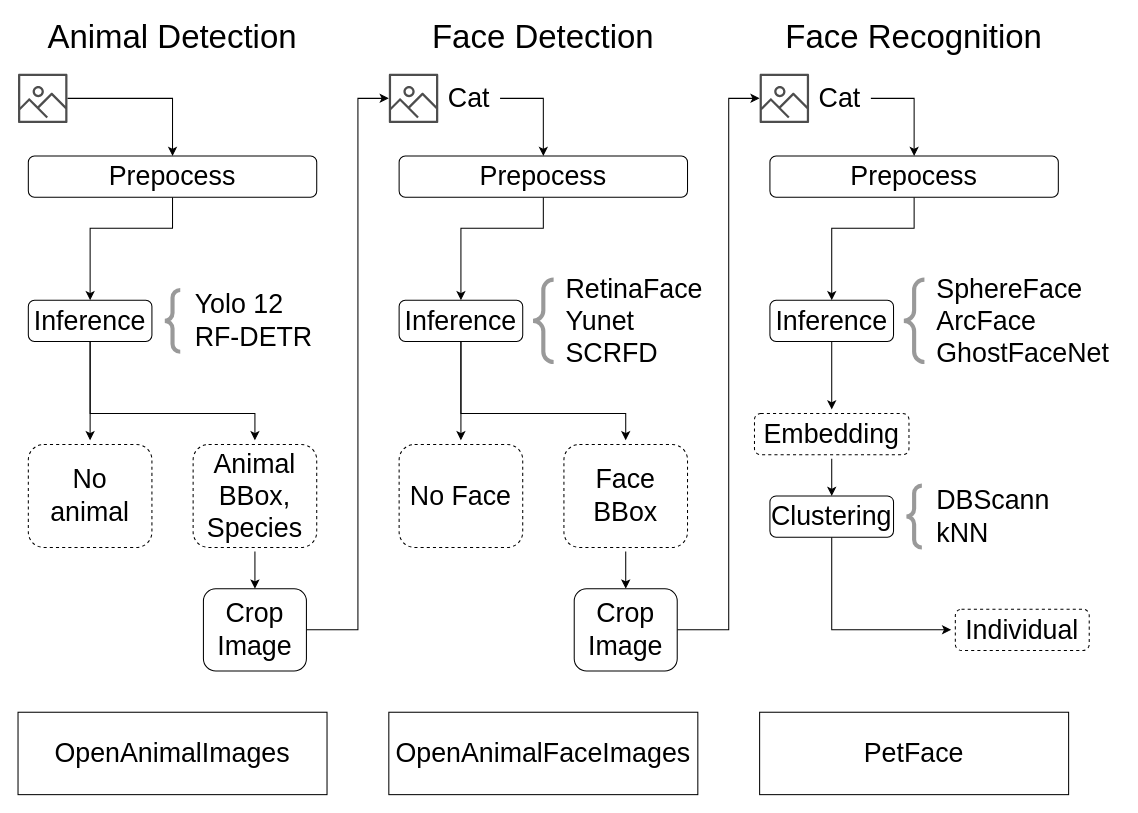
This is docs/system_flow.drawio from Jan108/AFaRec, a draw.io file, before an edit. Source tidied: cells renumbered, new cells numbered last; positions are measured from the earlier drawing's top-left corner, leaving out a move shared by most shapes. Both pictures are drawn from the tidied source at 103%, with x=0, y=0 at pixel (18, 22).
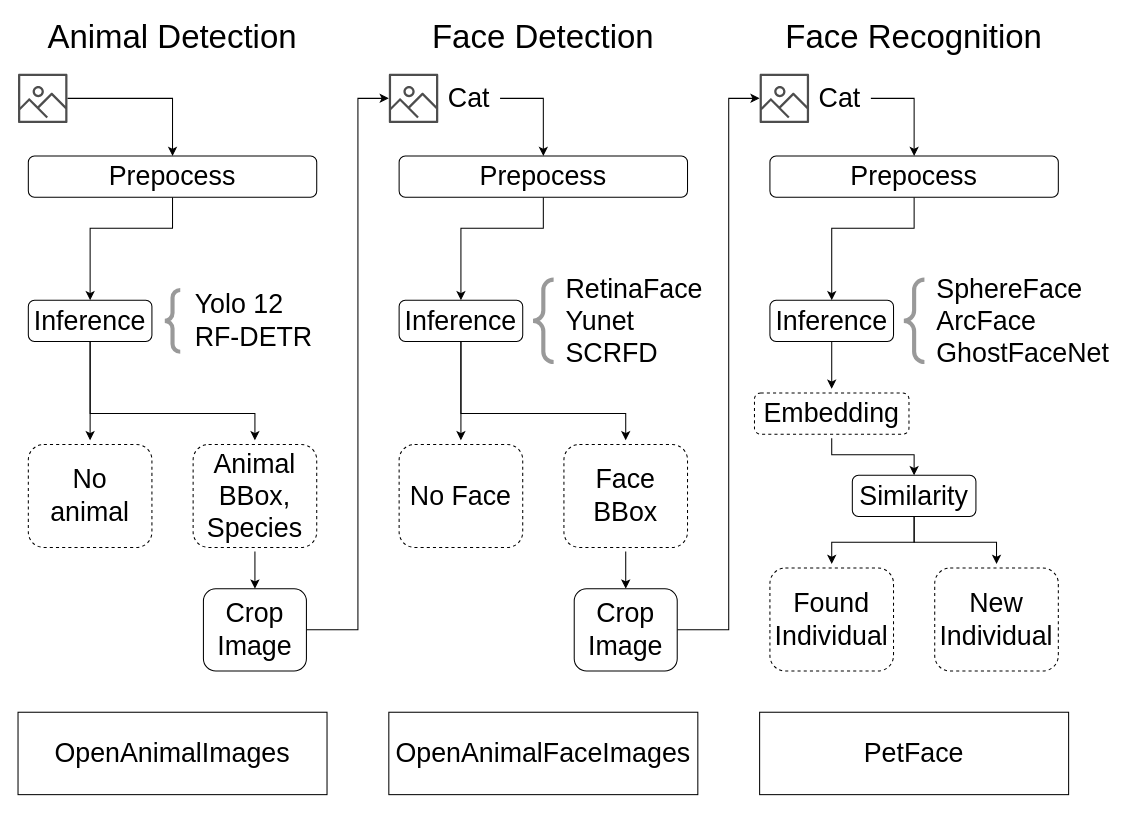
The same page after the edit.

What changed in the source:
```diff
@@
     <mxCell id="42" value="Embedding" style="rounded=1;whiteSpace=wrap;html=1;dashed=1;perimeterSpacing=4;fontSize=26;" parent="1" vertex="1">
-      <mxGeometry x="715" y="380" width="150" height="40" as="geometry" />
+      <mxGeometry x="715" y="360" width="150" height="40" as="geometry" />
     </mxCell>
-    <mxCell id="43" style="edgeStyle=orthogonalEdgeStyle;rounded=0;jettySize=auto;html=1;fontSize=26;" parent="1" edge="1" source="44" target="47">
-      <mxGeometry relative="1" as="geometry">
-        <Array as="points">
-          <mxPoint x="790" y="590" />
-        </Array>
-      </mxGeometry>
+    <mxCell id="43" style="edgeStyle=orthogonalEdgeStyle;rounded=0;jettySize=auto;html=1;fontSize=26;" parent="1" edge="1" source="44" target="54">
+      <mxGeometry relative="1" as="geometry" />
     </mxCell>
+    <mxCell id="53" style="edgeStyle=orthogonalEdgeStyle;rounded=0;jettySize=auto;html=1;" parent="1" edge="1" source="44" target="55">
+      <mxGeometry relative="1" as="geometry" />
+    </mxCell>
-    <mxCell id="44" value="Clustering" style="rounded=1;whiteSpace=wrap;html=1;fontSize=26;" parent="1" vertex="1">
-      <mxGeometry x="730" y="460" width="120" height="40" as="geometry" />
+    <mxCell id="44" value="Similarity" style="rounded=1;whiteSpace=wrap;html=1;fontSize=26;" parent="1" vertex="1">
+      <mxGeometry x="810" y="440" width="120" height="40" as="geometry" />
     </mxCell>
-    <mxCell id="45" style="labelPosition=right;align=left;strokeWidth=4;shape=mxgraph.mockup.markup.curlyBrace;html=1;shadow=0;dashed=0;strokeColor=#999999;direction=north;fontSize=26;" parent="1" vertex="1">
-      <mxGeometry x="860" y="450" width="20" height="60" as="geometry" />
-    </mxCell>
-    <mxCell id="46" value="DBScann&lt;br style=&quot;font-size: 26px;&quot;&gt;kNN&lt;br style=&quot;font-size: 26px;&quot;&gt;&lt;div style=&quot;border-color: rgb(218, 220, 224); font-size: 26px;&quot;&gt;&lt;/div&gt;&lt;div style=&quot;border-color: rgb(218, 220, 224); font-size: 26px;&quot;&gt;&lt;/div&gt;" style="text;html=1;strokeColor=none;fillColor=none;align=left;verticalAlign=middle;whiteSpace=wrap;rounded=0;fontSize=26;" parent="1" vertex="1">
-      <mxGeometry x="890" y="450" width="90" height="60" as="geometry" />
-    </mxCell>
-    <mxCell id="47" value="Individual" style="rounded=1;whiteSpace=wrap;html=1;dashed=1;perimeterSpacing=4;fontSize=26;" parent="1" vertex="1">
-      <mxGeometry x="910" y="570" width="130" height="40" as="geometry" />
-    </mxCell>
@@
+    <mxCell id="54" value="Found Individual" style="rounded=1;whiteSpace=wrap;html=1;dashed=1;perimeterSpacing=4;fontSize=26;" parent="1" vertex="1">
+      <mxGeometry x="730" y="530" width="120" height="100" as="geometry" />
+    </mxCell>
+    <mxCell id="55" value="New Individual" style="rounded=1;whiteSpace=wrap;html=1;dashed=1;perimeterSpacing=4;fontSize=26;" parent="1" vertex="1">
+      <mxGeometry x="890" y="530" width="120" height="100" as="geometry" />
+    </mxCell>
```
